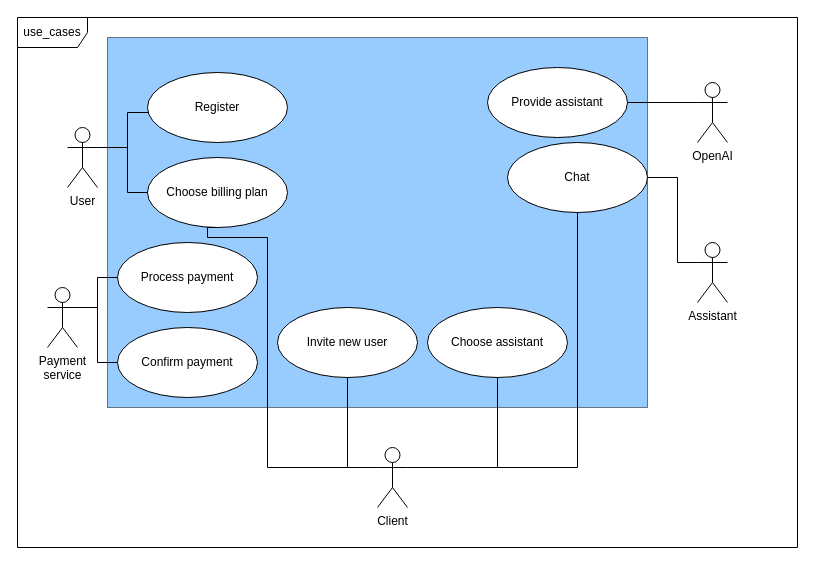
The draw.io diagram docs/raw_figs/use_cases.drawio in lyphrowny/Porphiriy, before the edit. Source tidied: cells renumbered, new cells numbered last; positions are measured from the earlier drawing's top-left corner, leaving out a move shared by most shapes. Both pictures are drawn from the tidied source at 100%, with x=0, y=0 at pixel (17, 17).
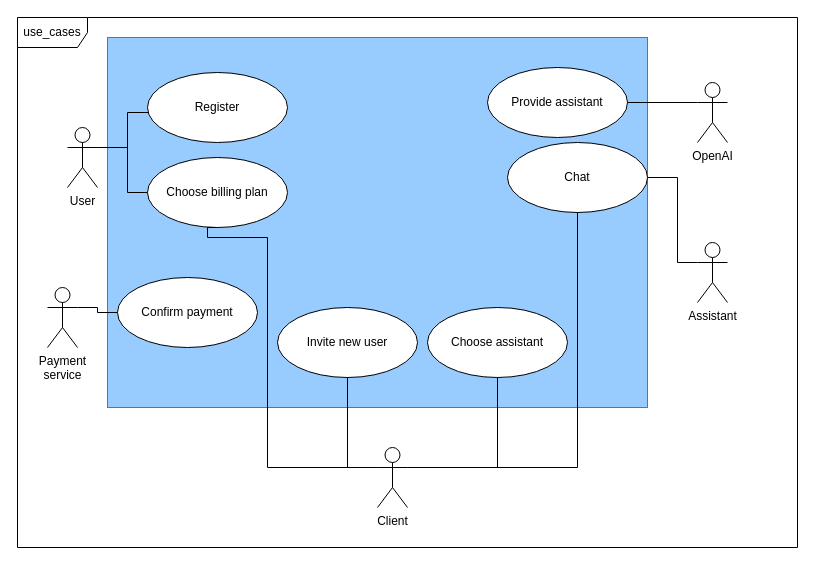
The same page after the edit.

The change refers to these unchanged cells:
```xml
<mxCell id="25" value="&lt;div&gt;Payment&lt;/div&gt;&lt;div&gt;service&lt;br&gt;&lt;/div&gt;" style="shape=umlActor;verticalLabelPosition=bottom;verticalAlign=top;html=1;" parent="1" vertex="1">
  <mxGeometry x="30" y="270" width="30" height="60" as="geometry" />
</mxCell>
```

Diff of the diagram source:
```diff
@@
-    <mxCell id="22" value="Process payment" style="ellipse;whiteSpace=wrap;html=1;" parent="1" vertex="1">
-      <mxGeometry x="100" y="225" width="140" height="70" as="geometry" />
-    </mxCell>
-    <mxCell id="23" style="edgeStyle=orthogonalEdgeStyle;rounded=0;jettySize=auto;html=1;exitX=1;exitY=0.3333333333333333;exitDx=0;exitDy=0;exitPerimeter=0;entryX=0;entryY=0.5;entryDx=0;entryDy=0;endArrow=none;endFill=0;" parent="1" edge="1" source="25" target="22">
-      <mxGeometry relative="1" as="geometry" />
-    </mxCell>
@@
     <mxCell id="26" value="Confirm payment" style="ellipse;whiteSpace=wrap;html=1;" parent="1" vertex="1">
-      <mxGeometry x="100" y="310" width="140" height="70" as="geometry" />
+      <mxGeometry x="100" y="260" width="140" height="70" as="geometry" />
     </mxCell>
```
